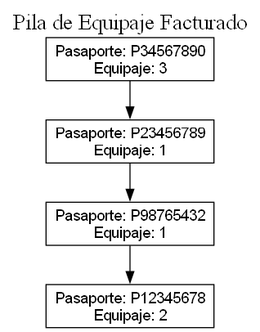
Above: src/pila_equipaje.png in natstyles/202400111_EDD_Proyecto (Graphviz), before the change. Its source is kept beside it as src/pila_equipaje.dot.
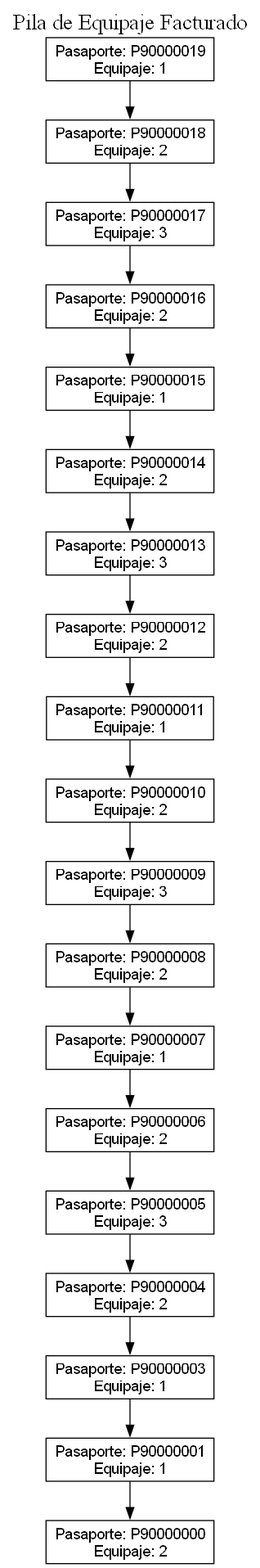
The same diagram one commit later.

Change to the diagram source:
```diff
@@ -4,8 +4,23 @@
 label="Pila de Equipaje Facturado";
 fontsize=20;
 node [shape=box, fontname="Arial"];
-"Pasaporte: P34567890\nEquipaje: 3" -> "Pasaporte: P23456789\nEquipaje: 1";
-"Pasaporte: P23456789\nEquipaje: 1" -> "Pasaporte: P98765432\nEquipaje: 1";
-"Pasaporte: P98765432\nEquipaje: 1" -> "Pasaporte: P12345678\nEquipaje: 2";
-"Pasaporte: P12345678\nEquipaje: 2";
+"Pasaporte: P90000019\nEquipaje: 1" -> "Pasaporte: P90000018\nEquipaje: 2";
+"Pasaporte: P90000018\nEquipaje: 2" -> "Pasaporte: P90000017\nEquipaje: 3";
+"Pasaporte: P90000017\nEquipaje: 3" -> "Pasaporte: P90000016\nEquipaje: 2";
+"Pasaporte: P90000016\nEquipaje: 2" -> "Pasaporte: P90000015\nEquipaje: 1";
+"Pasaporte: P90000015\nEquipaje: 1" -> "Pasaporte: P90000014\nEquipaje: 2";
+"Pasaporte: P90000014\nEquipaje: 2" -> "Pasaporte: P90000013\nEquipaje: 3";
+"Pasaporte: P90000013\nEquipaje: 3" -> "Pasaporte: P90000012\nEquipaje: 2";
+"Pasaporte: P90000012\nEquipaje: 2" -> "Pasaporte: P90000011\nEquipaje: 1";
+"Pasaporte: P90000011\nEquipaje: 1" -> "Pasaporte: P90000010\nEquipaje: 2";
+"Pasaporte: P90000010\nEquipaje: 2" -> "Pasaporte: P90000009\nEquipaje: 3";
+"Pasaporte: P90000009\nEquipaje: 3" -> "Pasaporte: P90000008\nEquipaje: 2";
+"Pasaporte: P90000008\nEquipaje: 2" -> "Pasaporte: P90000007\nEquipaje: 1";
+"Pasaporte: P90000007\nEquipaje: 1" -> "Pasaporte: P90000006\nEquipaje: 2";
+"Pasaporte: P90000006\nEquipaje: 2" -> "Pasaporte: P90000005\nEquipaje: 3";
+"Pasaporte: P90000005\nEquipaje: 3" -> "Pasaporte: P90000004\nEquipaje: 2";
+"Pasaporte: P90000004\nEquipaje: 2" -> "Pasaporte: P90000003\nEquipaje: 1";
+"Pasaporte: P90000003\nEquipaje: 1" -> "Pasaporte: P90000001\nEquipaje: 1";
+"Pasaporte: P90000001\nEquipaje: 1" -> "Pasaporte: P90000000\nEquipaje: 2";
+"Pasaporte: P90000000\nEquipaje: 2";
 }
```
